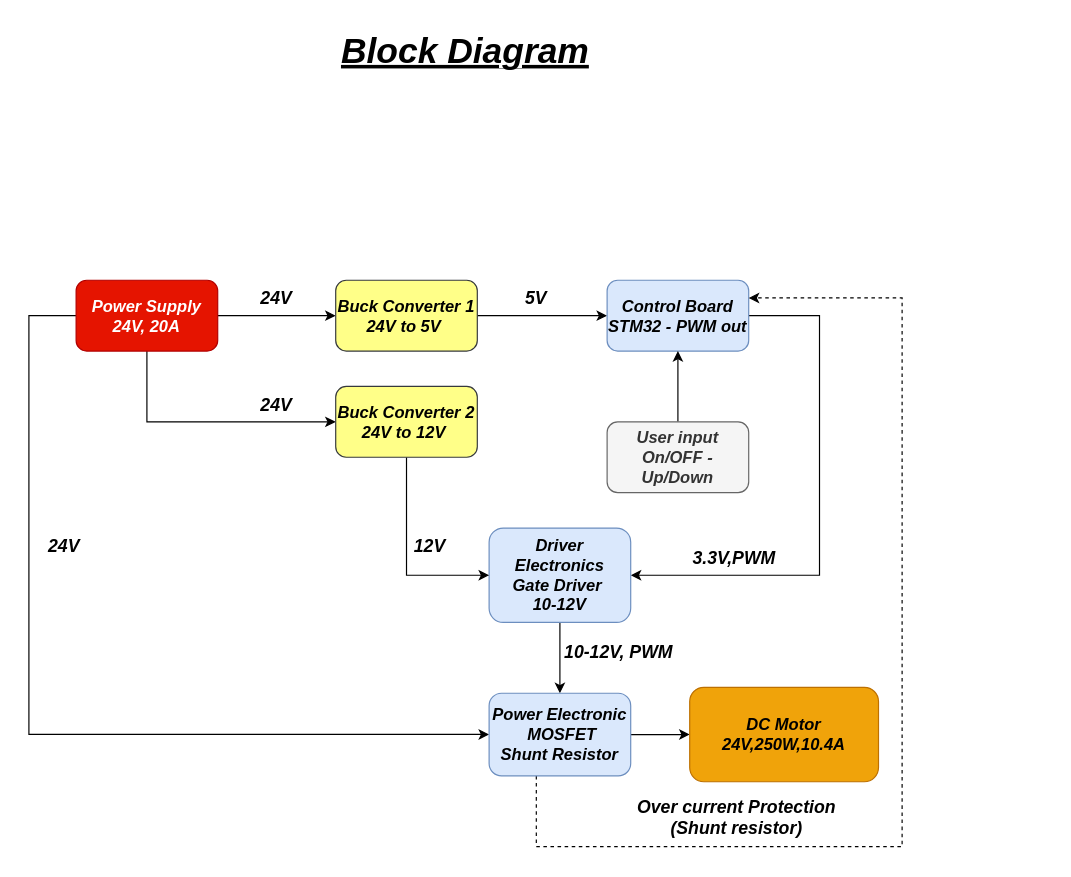
Earlier version of the draw.io diagram Reports/Untitled Diagram.drawio (ismailk83610/Electronic-Control-System-for-Brushed-DC-Motor-24V-250W-). Source tidied: cells renumbered, new cells numbered last; positions are measured from the earlier drawing's top-left corner, leaving out a move shared by most shapes. Both pictures are drawn from the tidied source at 118%, with x=0, y=0 at pixel (28, 20).
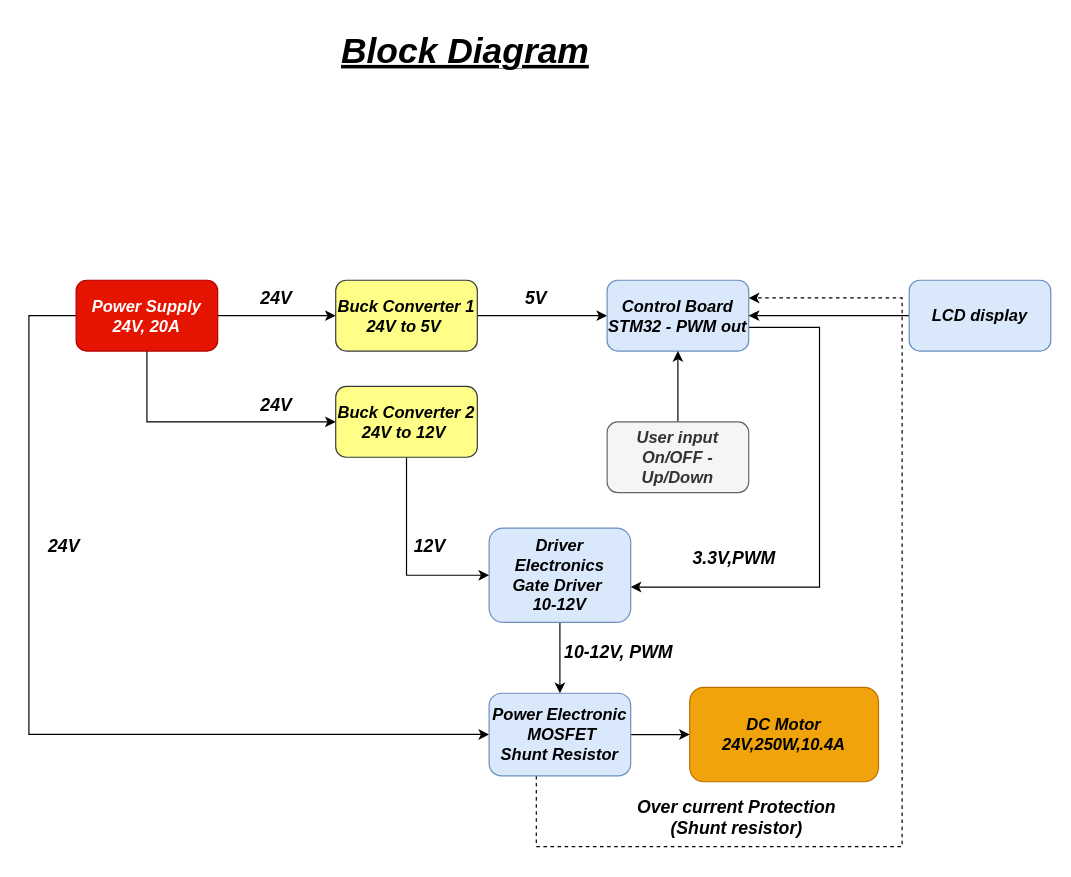
The same diagram, later.

The change refers to these unchanged cells:
```xml
<mxCell id="10" value="&lt;b&gt;&lt;i&gt;&lt;font style=&quot;font-size: 14px;&quot;&gt;Control Board&lt;br&gt;STM32 - PWM out&lt;/font&gt;&lt;/i&gt;&lt;/b&gt;" style="rounded=1;whiteSpace=wrap;html=1;fillColor=#dae8fc;strokeColor=#6c8ebf;" parent="1" vertex="1">
  <mxGeometry x="490" y="220" width="120" height="60" as="geometry" />
</mxCell>
<mxCell id="14" value="&lt;font style=&quot;font-size: 14px;&quot;&gt;&lt;b&gt;&lt;i&gt;Driver Electronics&lt;br&gt;Gate Driver&amp;nbsp;&lt;br&gt;10-12V&lt;/i&gt;&lt;/b&gt;&lt;/font&gt;" style="rounded=1;whiteSpace=wrap;html=1;fillColor=#dae8fc;strokeColor=#6c8ebf;" parent="1" vertex="1">
  <mxGeometry x="390" y="430" width="120" height="80" as="geometry" />
</mxCell>
```

Change to the diagram source:
```diff
@@
-    <mxCell id="9" style="edgeStyle=orthogonalEdgeStyle;rounded=0;jettySize=auto;html=1;curved=0;entryX=1;entryY=0.5;entryDx=0;entryDy=0;" parent="1" edge="1" source="10" target="14">
+    <mxCell id="9" style="edgeStyle=orthogonalEdgeStyle;rounded=0;orthogonalLoop=1;jettySize=auto;html=1;curved=0;entryX=1;entryY=0.5;entryDx=0;entryDy=0;" parent="1" edge="1">
       <mxGeometry relative="1" as="geometry">
+        <mxPoint x="610" y="260" as="sourcePoint" />
+        <mxPoint x="510" y="480" as="targetPoint" />
         <Array as="points">
-          <mxPoint x="670" y="250" />
-          <mxPoint x="670" y="470" />
+          <mxPoint x="670" y="260" />
+          <mxPoint x="670" y="480" />
         </Array>
       </mxGeometry>
     </mxCell>
@@
+    <mxCell id="29" style="edgeStyle=orthogonalEdgeStyle;rounded=0;jettySize=auto;html=1;entryX=1;entryY=0.5;entryDx=0;entryDy=0;" parent="1" edge="1" source="30" target="10">
+      <mxGeometry relative="1" as="geometry" />
+    </mxCell>
+    <mxCell id="30" value="&lt;span style=&quot;font-size: 14px;&quot;&gt;&lt;b&gt;&lt;i&gt;LCD display&lt;/i&gt;&lt;/b&gt;&lt;/span&gt;" style="rounded=1;whiteSpace=wrap;html=1;fillColor=#dae8fc;strokeColor=#6c8ebf;" parent="1" vertex="1">
+      <mxGeometry x="746" y="220" width="120" height="60" as="geometry" />
+    </mxCell>
```
